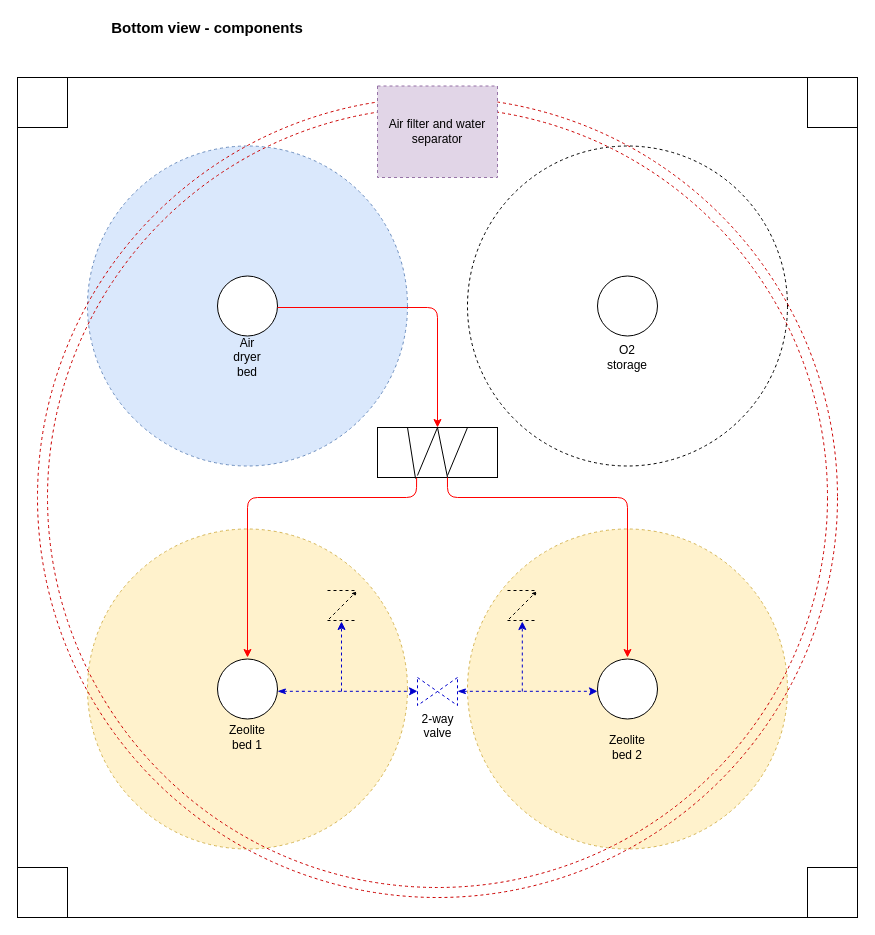
Earlier version of the draw.io diagram Prototype oxygen concentrator/Drawings/Bottom View components.drawio (oxycon/ProjectApollo). Source tidied: cells renumbered, new cells numbered last; positions are measured from the earlier drawing's top-left corner, leaving out a move shared by most shapes. Both pictures are drawn from the tidied source at 100%, with x=0, y=0 at pixel (17, 17).
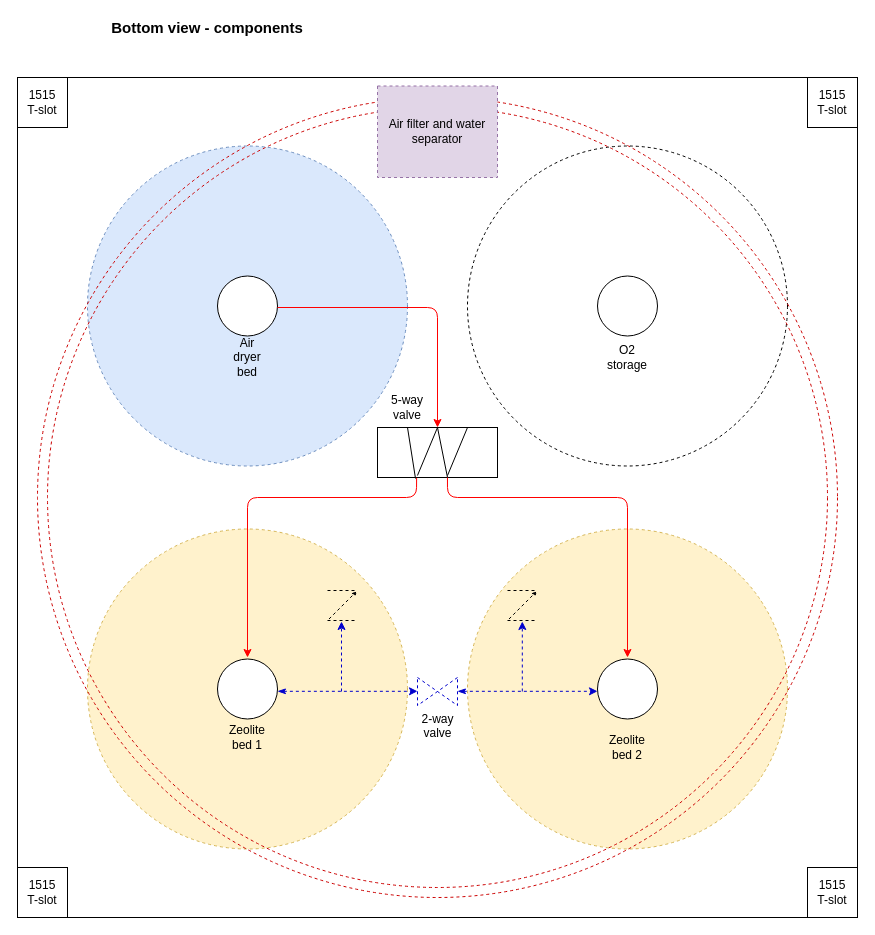
After the change.

The change refers to these unchanged cells:
```xml
<mxCell id="12" style="group;dashed=1;" parent="1" vertex="1">
  <mxGeometry x="20" y="80" width="800" height="800" as="geometry" />
</mxCell>
```

Change to the diagram source:
```diff
@@
+    <mxCell id="41" value="5-way valve" style="text;html=1;strokeColor=none;fillColor=none;align=center;verticalAlign=middle;whiteSpace=wrap;rounded=0;" parent="12" vertex="1">
+      <mxGeometry x="350" y="300" width="40" height="20" as="geometry" />
+    </mxCell>
@@
+    <mxCell id="42" value="1515 T-slot" style="text;html=1;strokeColor=none;fillColor=none;align=center;verticalAlign=middle;whiteSpace=wrap;rounded=0;" parent="1" vertex="1">
+      <mxGeometry x="795" y="865" width="40" height="20" as="geometry" />
+    </mxCell>
+    <mxCell id="43" value="1515 T-slot" style="text;html=1;strokeColor=none;fillColor=none;align=center;verticalAlign=middle;whiteSpace=wrap;rounded=0;" parent="1" vertex="1">
+      <mxGeometry x="5" y="865" width="40" height="20" as="geometry" />
+    </mxCell>
+    <mxCell id="44" value="1515 T-slot" style="text;html=1;strokeColor=none;fillColor=none;align=center;verticalAlign=middle;whiteSpace=wrap;rounded=0;" parent="1" vertex="1">
+      <mxGeometry x="795" y="75" width="40" height="20" as="geometry" />
+    </mxCell>
+    <mxCell id="45" value="1515 T-slot" style="text;html=1;strokeColor=none;fillColor=none;align=center;verticalAlign=middle;whiteSpace=wrap;rounded=0;" parent="1" vertex="1">
+      <mxGeometry x="5" y="75" width="40" height="20" as="geometry" />
+    </mxCell>
```
